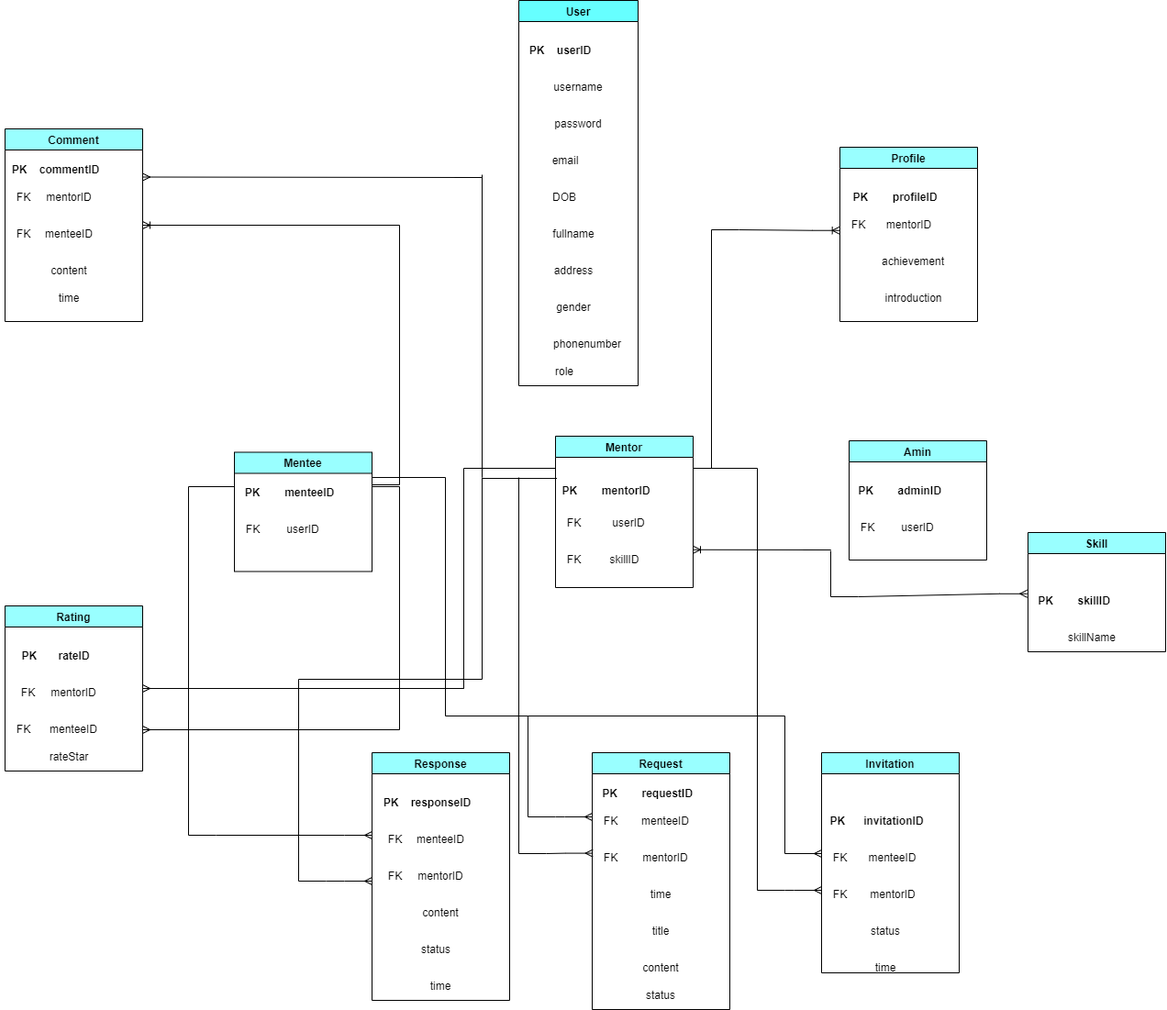
dungdt23/SWP391_Document keeps this draw.io diagram as HappyProgramming_DB.drawio.png. Above is the earlier version. Source tidied: cells renumbered, new cells last; positions are measured from the earlier drawing's top-left corner, leaving out a move shared by most shapes.
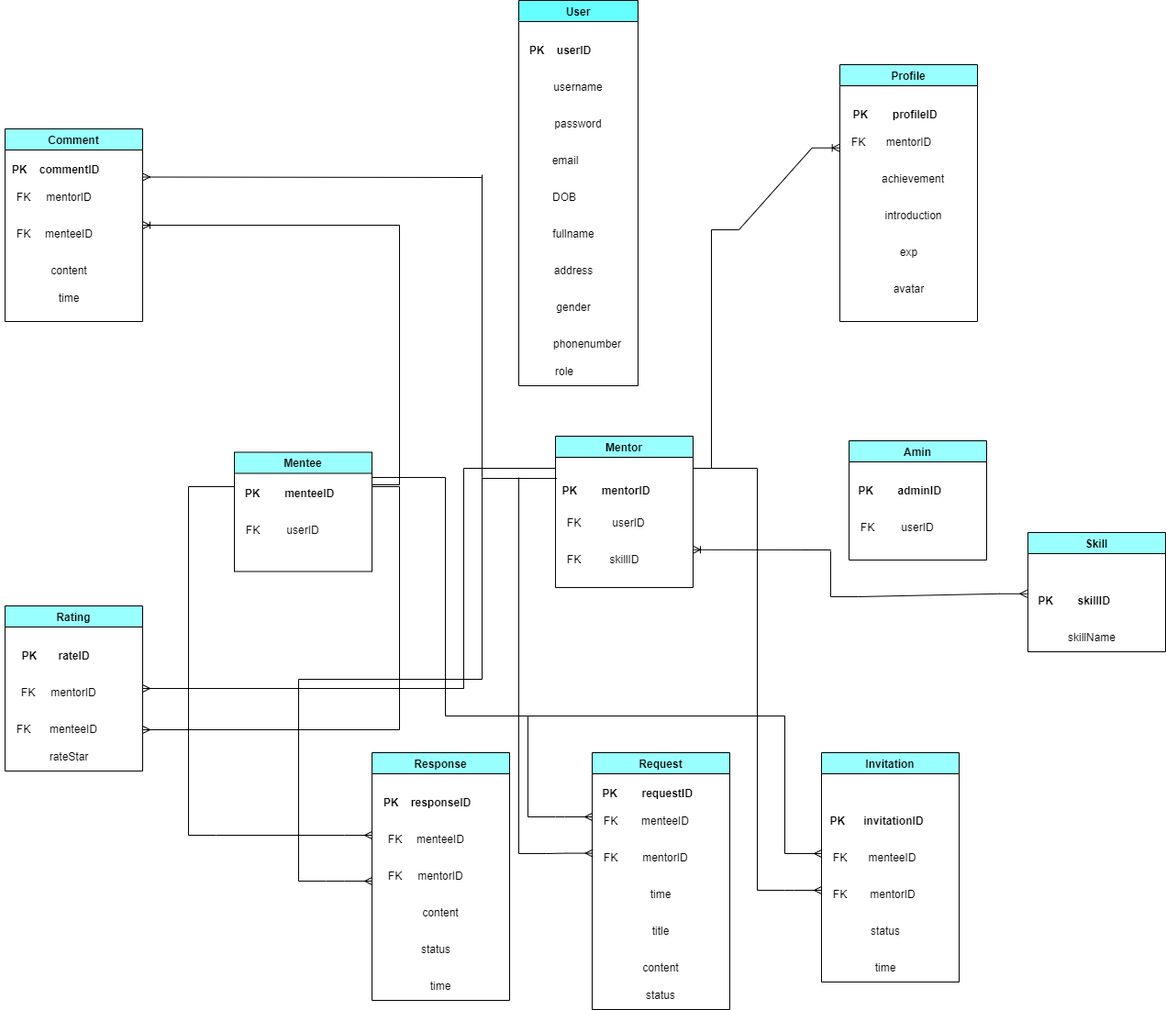
The same diagram one commit later.

Diff of the diagram source:
```diff
@@ -138,7 +138,7 @@
       <mxGeometry x="40" y="150" width="60" height="30" as="geometry" />
     </mxCell>
     <mxCell id="47" value="Invitation" style="swimlane;fillColor=#99FFFF;" parent="1" vertex="1">
-      <mxGeometry x="895" y="820" width="150" height="240" as="geometry" />
+      <mxGeometry x="895" y="820" width="150" height="250" as="geometry" />
     </mxCell>
     <mxCell id="48" value="&lt;b&gt;PK&amp;nbsp; &amp;nbsp; &amp;nbsp; invitationID&lt;/b&gt;" style="text;html=1;align=center;verticalAlign=middle;strokeColor=none;fillColor=none;" parent="47" vertex="1">
       <mxGeometry x="-5" y="60" width="130" height="30" as="geometry" />
@@ -213,7 +213,7 @@
       <mxGeometry x="40" y="170" width="60" height="30" as="geometry" />
     </mxCell>
     <mxCell id="72" value="Profile" style="swimlane;fillColor=#99FFFF;" parent="1" vertex="1">
-      <mxGeometry x="915" y="160" width="150" height="190" as="geometry" />
+      <mxGeometry x="915" y="70" width="150" height="280" as="geometry" />
     </mxCell>
     <mxCell id="73" value="&lt;b&gt;PK&amp;nbsp; &amp;nbsp; &amp;nbsp; &amp;nbsp; profileID&lt;/b&gt;" style="text;html=1;align=center;verticalAlign=middle;strokeColor=none;fillColor=none;" parent="72" vertex="1">
       <mxGeometry y="40" width="120" height="30" as="geometry" />
@@ -230,6 +230,12 @@
     <mxCell id="77" value="FK" style="text;html=1;align=center;verticalAlign=middle;points=[];strokeColor=none;fillColor=none;" parent="72" vertex="1">
       <mxGeometry y="70" width="40" height="30" as="geometry" />
     </mxCell>
+    <mxCell id="111" value="avatar" style="text;html=1;align=center;verticalAlign=middle;strokeColor=none;fillColor=none;" parent="72" vertex="1">
+      <mxGeometry x="45" y="230" width="60" height="30" as="geometry" />
+    </mxCell>
+    <mxCell id="112" value="exp" style="text;html=1;align=center;verticalAlign=middle;strokeColor=none;fillColor=none;" parent="72" vertex="1">
+      <mxGeometry x="55" y="190" width="40" height="30" as="geometry" />
+    </mxCell>
     <mxCell id="78" style="edgeStyle=entityRelationEdgeStyle;fontSize=12;html=1;endArrow=ERoneToMany;rounded=0;entryX=1;entryY=0.5;entryDx=0;entryDy=0;" parent="1" edge="1" target="64">
       <mxGeometry relative="1" as="geometry">
         <mxPoint x="405" y="528" as="sourcePoint" />
```
